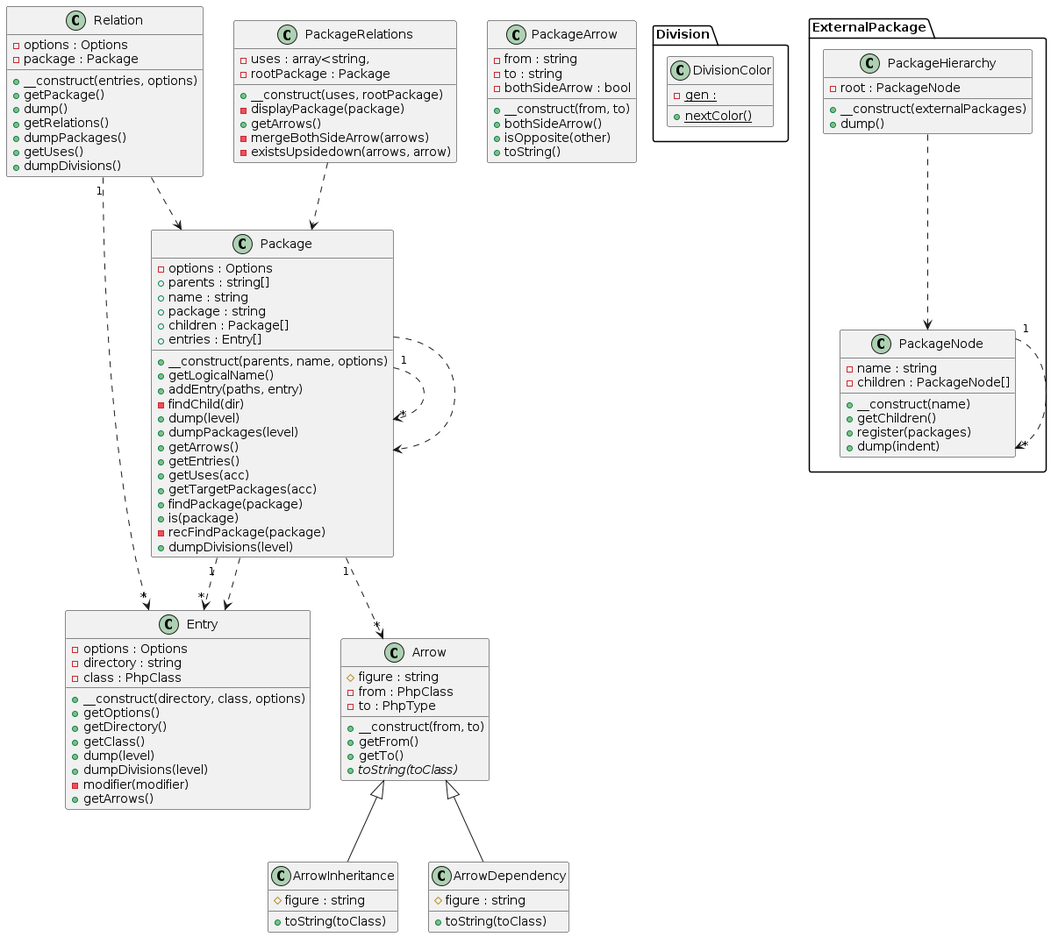
Before: dogfood.png, a diagram exported from PlantUML (smeghead/php-class-diagram). The source it was exported from:
```plantuml
@startuml class-diagram
  class "ArrowInheritance" as ArrowInheritance {
    #figure : string
    +toString(toClass)
  }
  class "Entry" as Entry {
    -options : Options
    -directory : string
    -class : PhpClass
    +__construct(directory, class, options)
    +getOptions()
    +getDirectory()
    +getClass()
    +dump(level)
    +dumpDivisions(level)
    -modifier(modifier)
    +getArrows()
  }
  class "Arrow" as Arrow {
    #figure : string
    -from : PhpClass
    -to : PhpType
    +__construct(from, to)
    +getFrom()
    +getTo()
    {abstract} +toString(toClass)
  }
  class "PackageArrow" as PackageArrow {
    -from : string
    -to : string
    -bothSideArrow : bool
    +__construct(from, to)
    +bothSideArrow()
    +isOpposite(other)
    +toString()
  }
  class "PackageRelations" as PackageRelations {
    -uses : array<string,
    -rootPackage : Package
    +__construct(uses, rootPackage)
    -displayPackage(package)
    +getArrows()
    -mergeBothSideArrow(arrows)
    -existsUpsidedown(arrows, arrow)
  }
  class "Package" as Package {
    -options : Options
    +parents : string[]
    +name : string
    +package : string
    +children : Package[]
    +entries : Entry[]
    +__construct(parents, name, options)
    +getLogicalName()
    +addEntry(paths, entry)
    -findChild(dir)
    +dump(level)
    +dumpPackages(level)
    +getArrows()
    +getEntries()
    +getUses(acc)
    +getTargetPackages(acc)
    +findPackage(package)
    +is(package)
    -recFindPackage(package)
    +dumpDivisions(level)
  }
  class "Relation" as Relation {
    -options : Options
    -package : Package
    +__construct(entries, options)
    +getPackage()
    +dump()
    +getRelations()
    +dumpPackages()
    +getUses()
    +dumpDivisions()
  }
  class "ArrowDependency" as ArrowDependency {
    #figure : string
    +toString(toClass)
  }
  package Division as Division {
    class "DivisionColor" as Division_DivisionColor {
      {static} -gen :
      {static} +nextColor()
    }
  }
  package ExternalPackage as ExternalPackage {
    class "PackageHierarchy" as ExternalPackage_PackageHierarchy {
      -root : PackageNode
      +__construct(externalPackages)
      +dump()
    }
    class "PackageNode" as ExternalPackage_PackageNode {
      -name : string
      -children : PackageNode[]
      +__construct(name)
      +getChildren()
      +register(packages)
      +dump(indent)
    }
  }
  Arrow <|-- ArrowDependency
  Arrow <|-- ArrowInheritance
  ExternalPackage_PackageHierarchy ..> ExternalPackage_PackageNode
  ExternalPackage_PackageNode "1" ..> "*" ExternalPackage_PackageNode
  Package "1" ..> "*" Arrow
  Package "1" ..> "*" Entry
  Package "1" ..> "*" Package
  Package ..> Entry
  Package ..> Package
  PackageRelations ..> Package
  Relation "1" ..> "*" Entry
  Relation ..> Package
@enduml
```
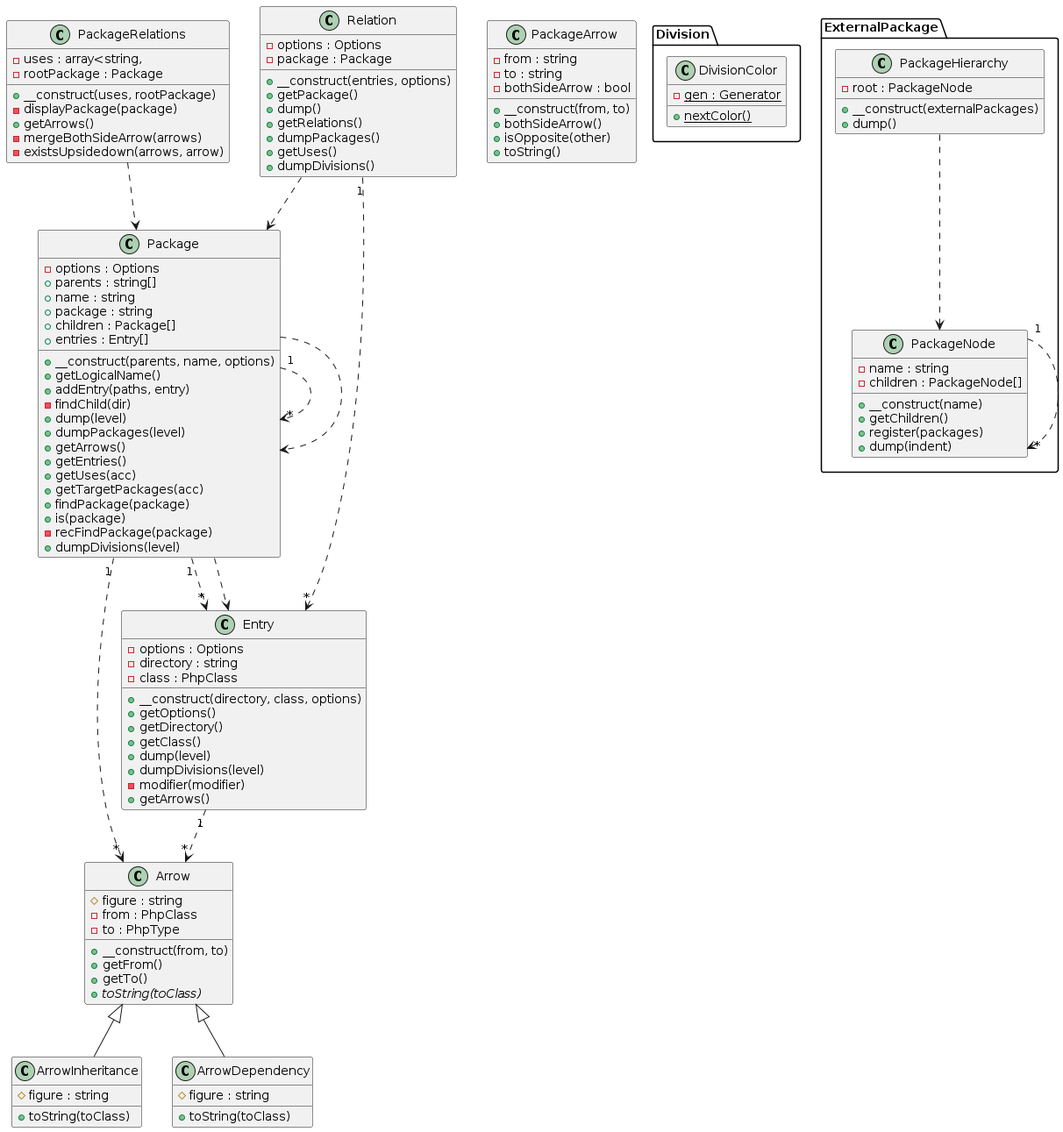
Above is the later version.

Diff of the diagram source:
```diff
@@ -82,7 +82,7 @@
   }
   package Division as Division {
     class "DivisionColor" as Division_DivisionColor {
-      {static} -gen :
+      {static} -gen : Generator
       {static} +nextColor()
     }
   }
@@ -103,6 +103,7 @@
   }
   Arrow <|-- ArrowDependency
   Arrow <|-- ArrowInheritance
+  Entry "1" ..> "*" Arrow
   ExternalPackage_PackageHierarchy ..> ExternalPackage_PackageNode
   ExternalPackage_PackageNode "1" ..> "*" ExternalPackage_PackageNode
   Package "1" ..> "*" Arrow
```
